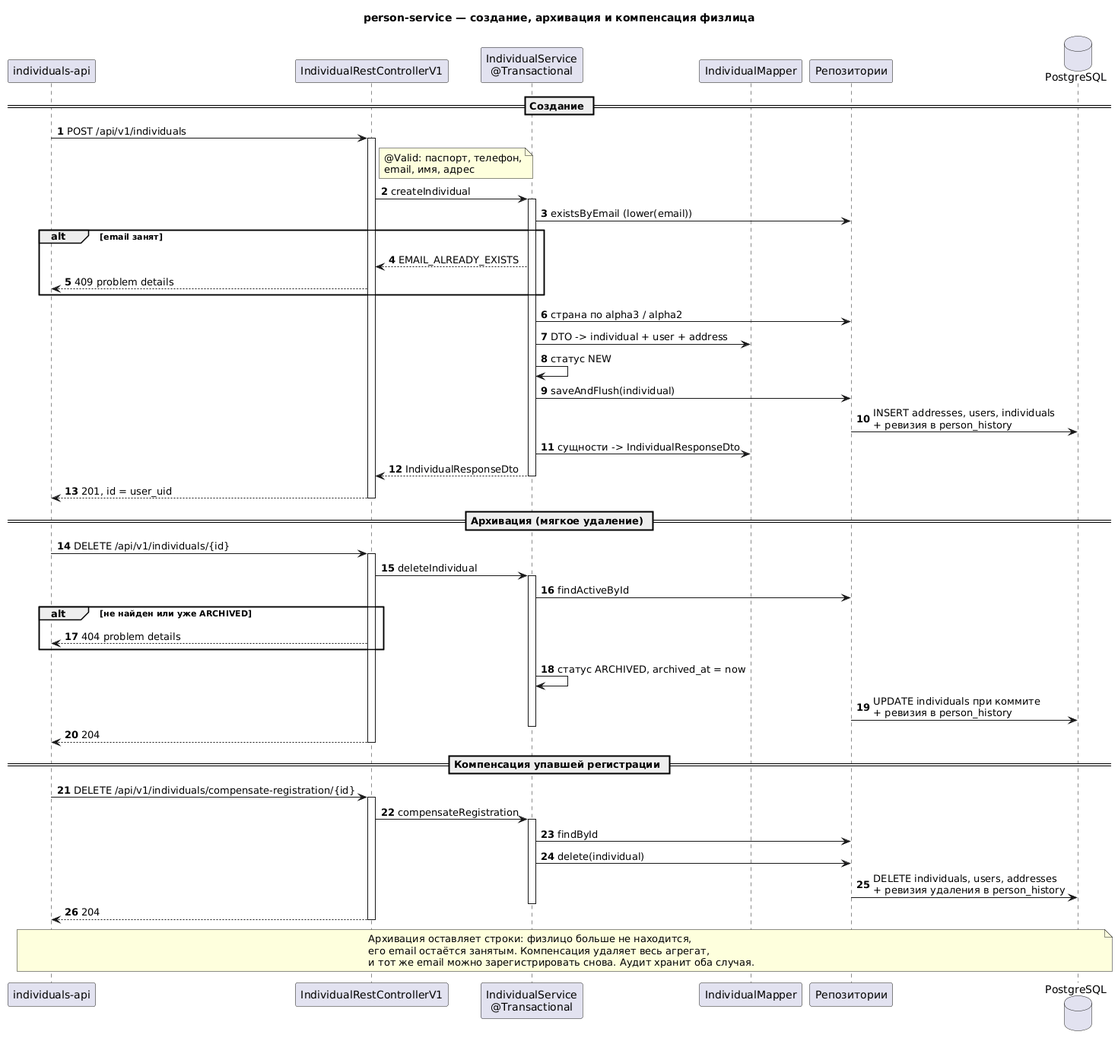
Earlier version of the PlantUML export person-service/diagrams-c4/png/ru/sequence.png (dezxxx/payment-platform).
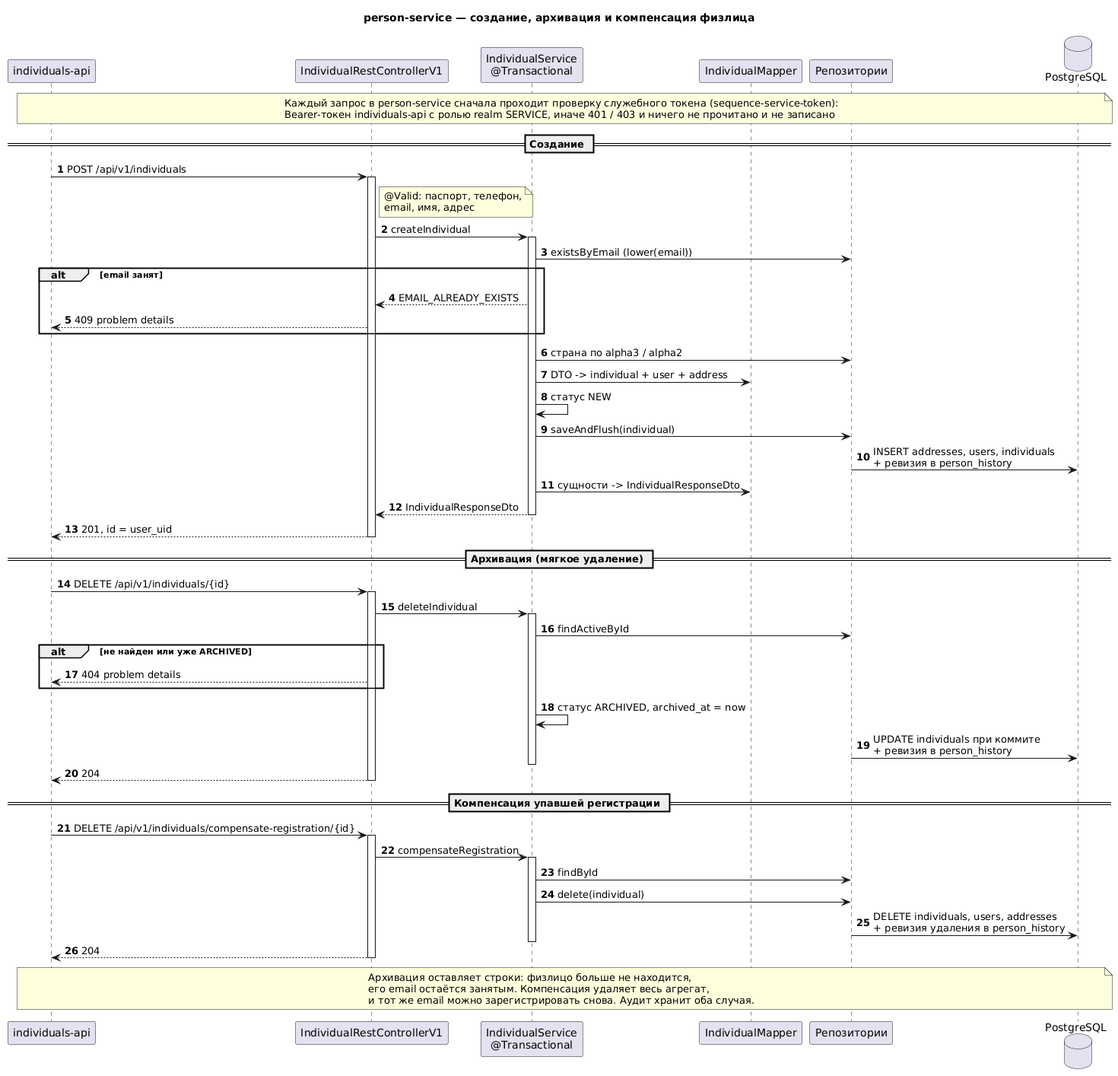
The same diagram one commit later.

The edit, as a diff of the source:
```diff
@@ -11,6 +11,7 @@
 participant "Репозитории" as Repo
 database "PostgreSQL" as DB
 
+note across : Каждый запрос в person-service сначала проходит проверку служебного токена (sequence-service-token):\nBearer-токен individuals-api с ролью realm SERVICE, иначе 401 / 403 и ничего не прочитано и не записано
 == Создание ==
 IA -> Ctl : POST /api/v1/individuals
 activate Ctl
```
